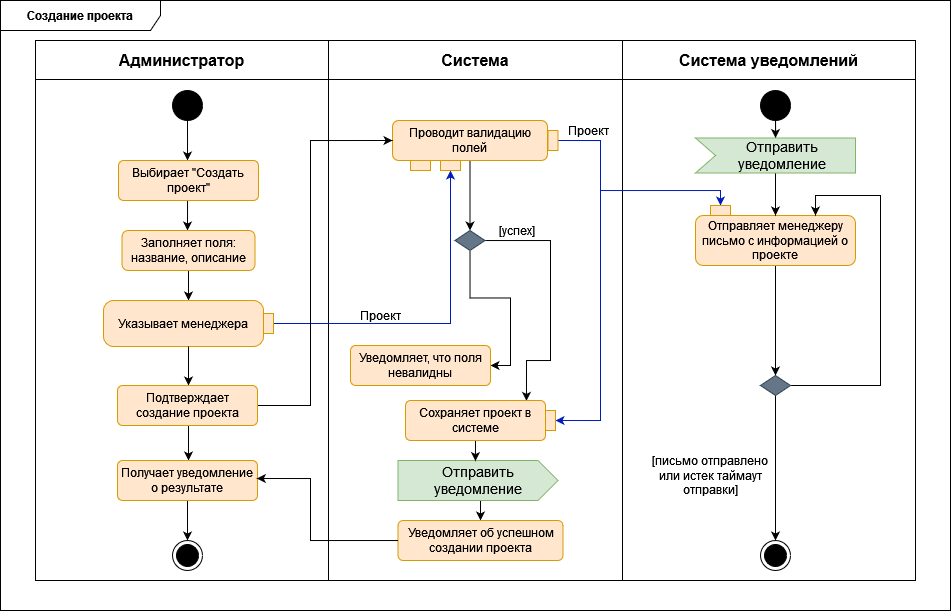
Earlier version of the draw.io export docs/activity_diagrams/create_project.png (aVorotnikov/thunder_board). Source tidied: cells renumbered, new cells last; positions are measured from the earlier drawing's top-left corner, leaving out a move shared by most shapes.
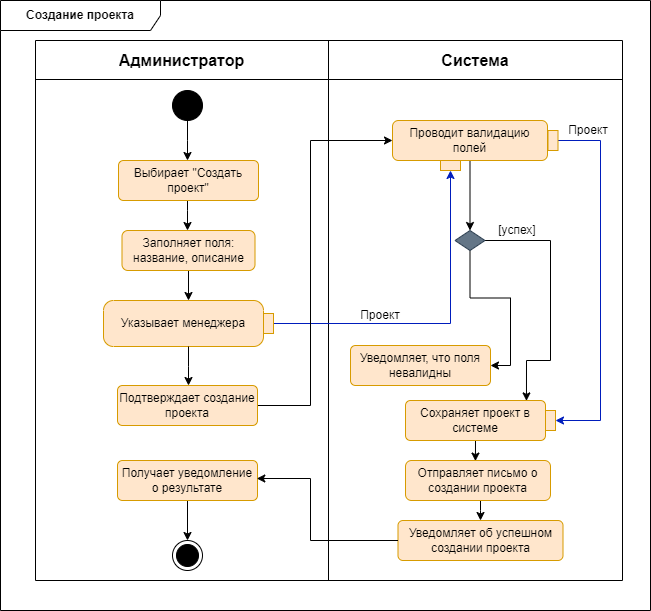
Later version of the same file.

Diff of the diagram source:
```diff
@@ -3,13 +3,13 @@
     <mxCell id="0" />
     <mxCell id="1" parent="0" />
     <mxCell id="2" value="&lt;b&gt;Создание проекта&lt;br&gt;&lt;/b&gt;" style="shape=umlFrame;whiteSpace=wrap;html=1;width=160;" parent="1" vertex="1">
-      <mxGeometry width="950" height="610" as="geometry" />
+      <mxGeometry width="650" height="610" as="geometry" />
     </mxCell>
     <mxCell id="3" style="shape=table;startSize=0;fontSize=16;" parent="2" vertex="1">
-      <mxGeometry x="35" y="40" width="880" height="540" as="geometry" />
+      <mxGeometry x="35" y="40" width="587" height="540" as="geometry" />
     </mxCell>
     <mxCell id="4" style="shape=tableRow;horizontal=0;startSize=0;swimlaneHead=0;swimlaneBody=0;strokeColor=inherit;top=0;left=0;bottom=0;right=0;fillColor=none;fontSize=16;" parent="3" vertex="1">
-      <mxGeometry width="880" height="39" as="geometry" />
+      <mxGeometry width="587" height="39" as="geometry" />
     </mxCell>
     <mxCell id="5" value="&lt;b&gt;Администратор&lt;/b&gt;" style="shape=partialRectangle;html=1;whiteSpace=wrap;strokeColor=inherit;overflow=hidden;fillColor=none;top=0;left=0;bottom=0;right=0;fontSize=16;" parent="4" vertex="1">
       <mxGeometry width="293" height="39" as="geometry" />
@@ -17,11 +17,8 @@
     <mxCell id="6" value="&lt;b&gt;Система&lt;/b&gt;" style="shape=partialRectangle;html=1;whiteSpace=wrap;strokeColor=inherit;overflow=hidden;fillColor=none;top=0;left=0;bottom=0;right=0;fontSize=16;" parent="4" vertex="1">
       <mxGeometry x="293" width="294" height="39" as="geometry" />
     </mxCell>
-    <mxCell id="7" value="&lt;b&gt;Система уведомлений&lt;br&gt;&lt;/b&gt;" style="shape=partialRectangle;html=1;whiteSpace=wrap;strokeColor=inherit;overflow=hidden;fillColor=none;top=0;left=0;bottom=0;right=0;fontSize=16;" parent="4" vertex="1">
-      <mxGeometry x="587" width="293" height="39" as="geometry" />
-    </mxCell>
     <mxCell id="8" style="shape=tableRow;horizontal=0;startSize=0;swimlaneHead=0;swimlaneBody=0;strokeColor=inherit;top=0;left=0;bottom=0;right=0;fillColor=none;fontSize=16;" parent="3" vertex="1">
-      <mxGeometry y="39" width="880" height="501" as="geometry" />
+      <mxGeometry y="39" width="587" height="501" as="geometry" />
     </mxCell>
     <mxCell id="9" style="shape=partialRectangle;html=1;whiteSpace=wrap;strokeColor=inherit;overflow=hidden;fillColor=none;top=0;left=0;bottom=0;right=0;fontSize=16;" parent="8" vertex="1">
       <mxGeometry width="293" height="501" as="geometry" />
@@ -29,9 +26,6 @@
     <mxCell id="10" style="shape=partialRectangle;html=1;whiteSpace=wrap;strokeColor=inherit;overflow=hidden;fillColor=none;top=0;left=0;bottom=0;right=0;fontSize=16;" parent="8" vertex="1">
       <mxGeometry x="293" width="294" height="501" as="geometry" />
     </mxCell>
-    <mxCell id="11" style="shape=partialRectangle;html=1;whiteSpace=wrap;strokeColor=inherit;overflow=hidden;fillColor=none;top=0;left=0;bottom=0;right=0;fontSize=16;" parent="8" vertex="1">
-      <mxGeometry x="587" width="293" height="501" as="geometry" />
-    </mxCell>
     <mxCell id="12" style="edgeStyle=orthogonalEdgeStyle;rounded=0;jettySize=auto;html=1;" parent="2" edge="1" source="13">
       <mxGeometry relative="1" as="geometry">
         <mxPoint x="187" y="160" as="targetPoint" />
@@ -58,21 +52,9 @@
     <mxCell id="17" style="edgeStyle=orthogonalEdgeStyle;rounded=0;jettySize=auto;html=1;entryX=0.5;entryY=0;entryDx=0;entryDy=0;" parent="2" edge="1" source="19" target="23">
       <mxGeometry relative="1" as="geometry" />
     </mxCell>
-    <mxCell id="18" style="edgeStyle=orthogonalEdgeStyle;rounded=0;jettySize=auto;html=1;entryX=0.5;entryY=1;entryDx=0;entryDy=0;fillColor=#0050ef;strokeColor=#001DBC;exitX=0.5;exitY=0;exitDx=0;exitDy=0;" parent="2" edge="1" source="46" target="47">
-      <mxGeometry relative="1" as="geometry">
-        <Array as="points">
-          <mxPoint x="600" y="140" />
-          <mxPoint x="600" y="190" />
-          <mxPoint x="720" y="190" />
-        </Array>
-      </mxGeometry>
-    </mxCell>
     <mxCell id="19" value="Проводит валидацию полей " style="rounded=1;whiteSpace=wrap;html=1;fillColor=#ffe6cc;strokeColor=#d79b00;" parent="2" vertex="1">
       <mxGeometry x="392" y="120" width="155" height="40" as="geometry" />
     </mxCell>
-    <mxCell id="20" style="rounded=0;whiteSpace=wrap;html=1;fillColor=#ffe6cc;strokeColor=#d79b00;" parent="2" vertex="1">
-      <mxGeometry x="410" y="160" width="20" height="10" as="geometry" />
-    </mxCell>
     <mxCell id="21" style="edgeStyle=orthogonalEdgeStyle;rounded=0;jettySize=auto;html=1;entryX=1;entryY=0.5;entryDx=0;entryDy=0;" parent="2" edge="1" source="23" target="54">
       <mxGeometry relative="1" as="geometry" />
     </mxCell>
@@ -88,33 +70,9 @@
     <mxCell id="23" style="rhombus;whiteSpace=wrap;html=1;fillColor=#647687;fontColor=#ffffff;strokeColor=#314354;" parent="2" vertex="1">
       <mxGeometry x="454.5" y="230" width="30" height="20" as="geometry" />
     </mxCell>
-    <mxCell id="24" style="edgeStyle=orthogonalEdgeStyle;rounded=0;jettySize=auto;html=1;" parent="2" edge="1" source="25" target="29">
-      <mxGeometry relative="1" as="geometry" />
-    </mxCell>
-    <mxCell id="25" value="Отправляет менеджеру письмо с информацией о проекте" style="rounded=1;whiteSpace=wrap;html=1;fillColor=#ffe6cc;strokeColor=#d79b00;" parent="2" vertex="1">
-      <mxGeometry x="695" y="215" width="160" height="50" as="geometry" />
-    </mxCell>
     <mxCell id="26" value="[успех]" style="text;html=1;strokeColor=none;fillColor=none;align=center;verticalAlign=middle;whiteSpace=wrap;rounded=0;" parent="2" vertex="1">
       <mxGeometry x="487" y="215" width="60" height="30" as="geometry" />
     </mxCell>
-    <mxCell id="27" style="edgeStyle=orthogonalEdgeStyle;rounded=0;jettySize=auto;html=1;entryX=0.75;entryY=0;entryDx=0;entryDy=0;" parent="2" edge="1" source="29" target="25">
-      <mxGeometry relative="1" as="geometry">
-        <Array as="points">
-          <mxPoint x="880" y="385" />
-          <mxPoint x="880" y="195" />
-          <mxPoint x="815" y="195" />
-        </Array>
-      </mxGeometry>
-    </mxCell>
-    <mxCell id="28" style="edgeStyle=orthogonalEdgeStyle;rounded=0;jettySize=auto;html=1;entryX=0.5;entryY=0;entryDx=0;entryDy=0;" parent="2" edge="1" source="29" target="50">
-      <mxGeometry relative="1" as="geometry" />
-    </mxCell>
-    <mxCell id="29" style="rhombus;whiteSpace=wrap;html=1;fillColor=#647687;fontColor=#ffffff;strokeColor=#314354;" parent="2" vertex="1">
-      <mxGeometry x="760" y="375" width="30" height="20" as="geometry" />
-    </mxCell>
-    <mxCell id="30" value="[письмо отправлено или истек таймаут отправки]" style="text;html=1;strokeColor=none;fillColor=none;align=center;verticalAlign=middle;whiteSpace=wrap;rounded=0;" parent="2" vertex="1">
-      <mxGeometry x="640" y="460" width="140" height="30" as="geometry" />
-    </mxCell>
     <mxCell id="31" style="edgeStyle=orthogonalEdgeStyle;rounded=0;jettySize=auto;html=1;entryX=0.5;entryY=1;entryDx=0;entryDy=0;fillColor=#0050ef;strokeColor=#001DBC;" parent="2" edge="1" source="32" target="33">
       <mxGeometry relative="1" as="geometry" />
     </mxCell>
@@ -141,32 +99,25 @@
     <mxCell id="38" style="edgeStyle=orthogonalEdgeStyle;rounded=0;jettySize=auto;html=1;entryX=0.5;entryY=0;entryDx=0;entryDy=0;" parent="2" edge="1" source="53" target="14">
       <mxGeometry relative="1" as="geometry" />
     </mxCell>
-    <mxCell id="39" style="edgeStyle=orthogonalEdgeStyle;rounded=0;jettySize=auto;html=1;entryX=0.5;entryY=0;entryDx=0;entryDy=0;" parent="2" edge="1" source="40" target="56">
+    <mxCell id="39" style="edgeStyle=orthogonalEdgeStyle;rounded=0;jettySize=auto;html=1;entryX=0.5;entryY=0;entryDx=0;entryDy=0;" parent="2" edge="1" target="56">
       <mxGeometry relative="1" as="geometry">
+        <mxPoint x="480" y="500" as="sourcePoint" />
         <Array as="points">
           <mxPoint x="480" y="510" />
           <mxPoint x="480" y="510" />
         </Array>
       </mxGeometry>
     </mxCell>
-    <mxCell id="40" value="Отправить уведомление" style="html=1;shape=mxgraph.infographic.ribbonSimple;notch1=0;notch2=20;align=center;verticalAlign=middle;fontSize=14;fontStyle=0;fillColor=#d5e8d4;whiteSpace=wrap;strokeColor=#82b366;" parent="2" vertex="1">
-      <mxGeometry x="397.5" y="460" width="160" height="40" as="geometry" />
-    </mxCell>
-    <mxCell id="41" style="edgeStyle=orthogonalEdgeStyle;rounded=0;orthogonalLoop=1;jettySize=auto;html=1;" parent="2" edge="1">
-      <mxGeometry relative="1" as="geometry">
-        <mxPoint x="188" y="425" as="sourcePoint" />
-        <mxPoint x="188" y="460" as="targetPoint" />
-      </mxGeometry>
-    </mxCell>
-    <mxCell id="42" style="edgeStyle=orthogonalEdgeStyle;rounded=0;jettySize=auto;html=1;exitX=0.5;exitY=1;exitDx=0;exitDy=0;entryX=0.484;entryY=0.015;entryDx=0;entryDy=0;entryPerimeter=0;" parent="2" edge="1" source="55" target="40">
-      <mxGeometry relative="1" as="geometry" />
+    <mxCell id="42" style="edgeStyle=orthogonalEdgeStyle;rounded=0;jettySize=auto;html=1;exitX=0.5;exitY=1;exitDx=0;exitDy=0;entryX=0.484;entryY=0.015;entryDx=0;entryDy=0;entryPerimeter=0;" parent="2" edge="1" source="55">
+      <mxGeometry relative="1" as="geometry">
+        <mxPoint x="474.9" y="460.6" as="targetPoint" />
+      </mxGeometry>
     </mxCell>
-    <mxCell id="43" style="edgeStyle=orthogonalEdgeStyle;rounded=0;jettySize=auto;html=1;" parent="2" edge="1" source="44" target="49">
-      <mxGeometry relative="1" as="geometry" />
+    <mxCell id="43" style="edgeStyle=orthogonalEdgeStyle;rounded=0;jettySize=auto;html=1;" parent="2" edge="1" source="x">
+      <mxGeometry relative="1" as="geometry">
+        <mxPoint x="775" y="137.5" as="targetPoint" />
+      </mxGeometry>
     </mxCell>
-    <mxCell id="44" style="ellipse;fillColor=strokeColor;html=1;" parent="2" vertex="1">
-      <mxGeometry x="760" y="90" width="30" height="30" as="geometry" />
-    </mxCell>
     <mxCell id="45" style="edgeStyle=orthogonalEdgeStyle;rounded=0;jettySize=auto;html=1;entryX=0.5;entryY=0;entryDx=0;entryDy=0;fillColor=#0050ef;strokeColor=#001DBC;" parent="2" edge="1" source="46" target="58">
       <mxGeometry relative="1" as="geometry">
         <Array as="points">
@@ -178,18 +129,6 @@
     <mxCell id="46" style="rounded=0;whiteSpace=wrap;html=1;fillColor=#ffe6cc;strokeColor=#d79b00;rotation=90;" parent="2" vertex="1">
       <mxGeometry x="542.5" y="135" width="20" height="10" as="geometry" />
     </mxCell>
-    <mxCell id="47" style="rounded=0;whiteSpace=wrap;html=1;fillColor=#ffe6cc;strokeColor=#d79b00;rotation=-180;" parent="2" vertex="1">
-      <mxGeometry x="710" y="205" width="20" height="10" as="geometry" />
-    </mxCell>
-    <mxCell id="48" style="edgeStyle=orthogonalEdgeStyle;rounded=0;jettySize=auto;html=1;" parent="2" edge="1" source="49" target="25">
-      <mxGeometry relative="1" as="geometry" />
-    </mxCell>
-    <mxCell id="49" value="Отправить уведомление" style="html=1;shape=mxgraph.infographic.ribbonSimple;notch1=20;notch2=0;align=center;verticalAlign=middle;fontSize=14;fontStyle=0;fillColor=#d5e8d4;flipH=0;spacingRight=0;spacingLeft=14;whiteSpace=wrap;strokeColor=#82b366;" parent="2" vertex="1">
-      <mxGeometry x="695" y="137.5" width="160" height="35" as="geometry" />
-    </mxCell>
-    <mxCell id="50" style="ellipse;html=1;shape=endState;fillColor=strokeColor;" parent="2" vertex="1">
-      <mxGeometry x="760" y="540" width="30" height="30" as="geometry" />
-    </mxCell>
     <mxCell id="51" style="edgeStyle=orthogonalEdgeStyle;rounded=0;jettySize=auto;html=1;entryX=0;entryY=0.5;entryDx=0;entryDy=0;" parent="2" edge="1" source="52" target="19">
       <mxGeometry relative="1" as="geometry">
         <Array as="points">
@@ -227,5 +166,8 @@
     <mxCell id="59" value="Заполняет поля: название, описание" style="rounded=1;whiteSpace=wrap;html=1;fillColor=#ffe6cc;strokeColor=#d79b00;" parent="2" vertex="1">
       <mxGeometry x="121.5" y="230" width="133" height="40" as="geometry" />
     </mxCell>
+    <mxCell id="60" value="Отправляет письмо о создании проекта" style="rounded=1;whiteSpace=wrap;html=1;fillColor=#ffe6cc;strokeColor=#d79b00;" parent="2" vertex="1">
+      <mxGeometry x="405" y="460" width="145" height="40" as="geometry" />
+    </mxCell>
   </root>
 </mxGraphModel>
```
